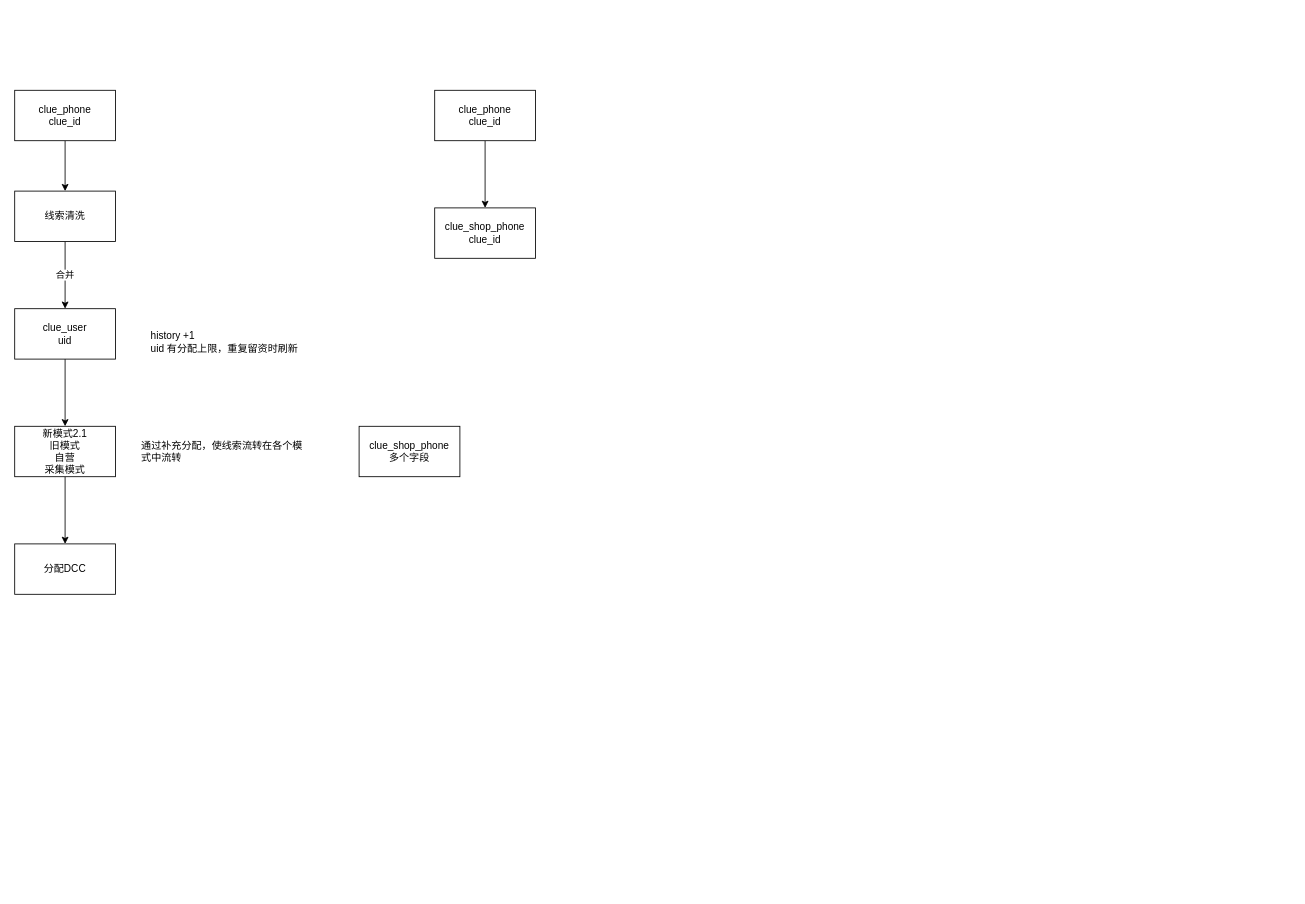
This is 线索重构.drawio from Juvic-maker/draw, a draw.io file, before an edit. Source tidied: cells renumbered, new cells numbered last; positions are measured from the earlier drawing's top-left corner, leaving out a move shared by most shapes. Both pictures are drawn from the tidied source at 84%, with x=0, y=0 at pixel (14, 90).
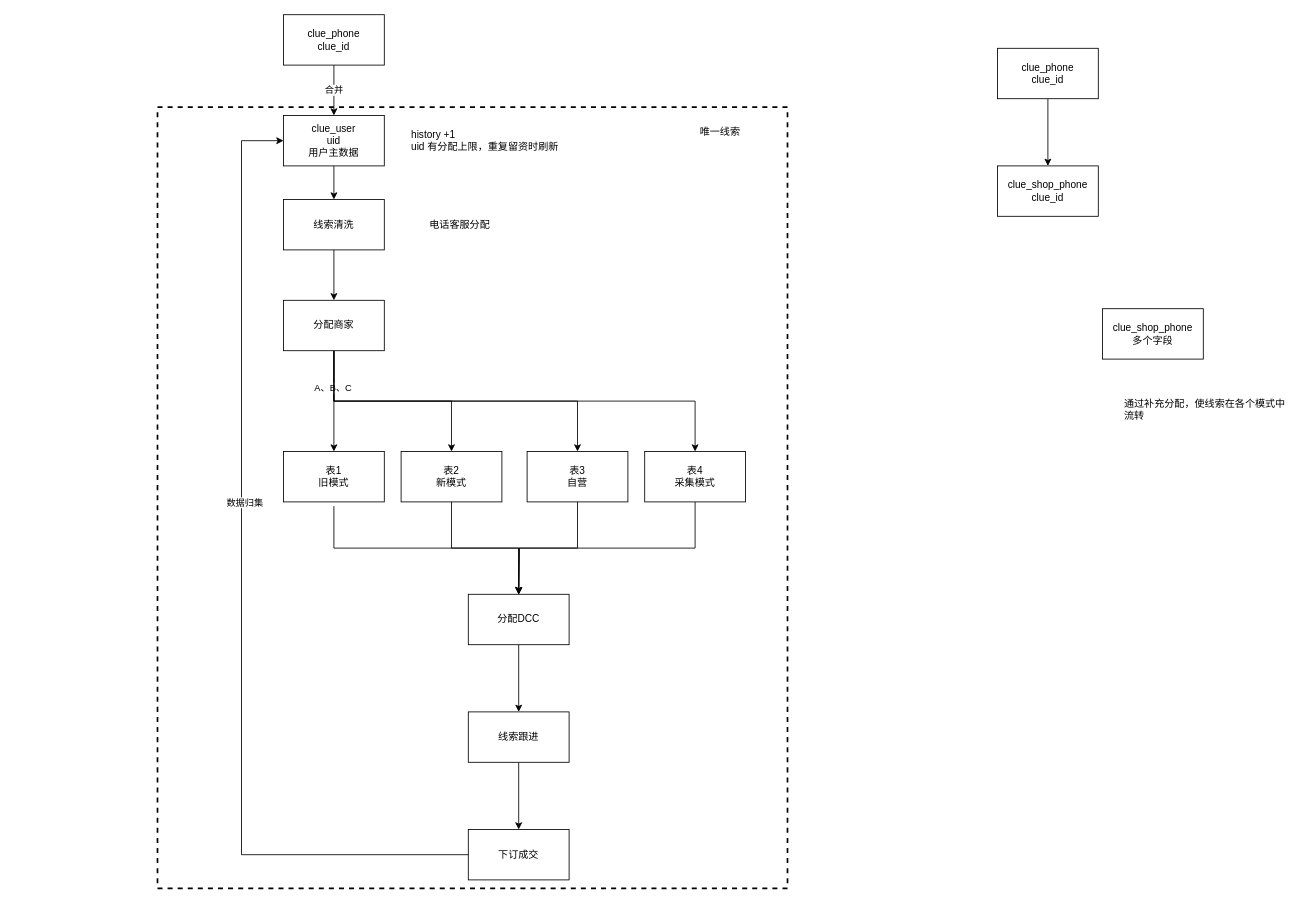
The same diagram, later.

Change to the diagram source:
```diff
@@
-    <mxCell id="2" value="合并" style="edgeStyle=orthogonalEdgeStyle;rounded=0;jettySize=auto;html=1;exitX=0.5;exitY=1;exitDx=0;exitDy=0;" parent="1" edge="1" source="13" target="6">
-      <mxGeometry relative="1" as="geometry" />
-    </mxCell>
-    <mxCell id="3" style="edgeStyle=orthogonalEdgeStyle;rounded=0;jettySize=auto;html=1;" parent="1" edge="1" source="4" target="13">
+    <mxCell id="3" value="合并" style="edgeStyle=orthogonalEdgeStyle;rounded=0;jettySize=auto;html=1;entryX=0.5;entryY=0;entryDx=0;entryDy=0;" parent="1" edge="1" source="4" target="6">
       <mxGeometry relative="1" as="geometry" />
     </mxCell>
     <mxCell id="4" value="clue_phone&lt;br&gt;clue_id" style="rounded=0;whiteSpace=wrap;html=1;" parent="1" vertex="1">
-      <mxGeometry width="120" height="60" as="geometry" />
+      <mxGeometry x="320" y="-90" width="120" height="60" as="geometry" />
     </mxCell>
-    <mxCell id="5" style="edgeStyle=orthogonalEdgeStyle;rounded=0;jettySize=auto;html=1;" parent="1" edge="1" source="6" target="11">
+    <mxCell id="5" style="edgeStyle=orthogonalEdgeStyle;rounded=0;jettySize=auto;html=1;exitX=0.5;exitY=1;exitDx=0;exitDy=0;" parent="1" edge="1" source="36" target="11">
       <mxGeometry relative="1" as="geometry" />
     </mxCell>
+    <mxCell id="17" value="A、B、C" style="edgeLabel;html=1;align=center;verticalAlign=middle;" parent="5" vertex="1">
+      <mxGeometry x="-0.26" y="-2" relative="1" as="geometry" />
+    </mxCell>
+    <mxCell id="18" style="edgeStyle=orthogonalEdgeStyle;rounded=0;jettySize=auto;html=1;exitX=0.5;exitY=1;exitDx=0;exitDy=0;entryX=0.5;entryY=0;entryDx=0;entryDy=0;" parent="1" edge="1" source="6" target="13">
+      <mxGeometry relative="1" as="geometry" />
+    </mxCell>
-    <mxCell id="6" value="clue_user&lt;br&gt;uid" style="rounded=0;whiteSpace=wrap;html=1;" parent="1" vertex="1">
-      <mxGeometry y="260" width="120" height="60" as="geometry" />
+    <mxCell id="6" value="clue_user&lt;br&gt;uid&lt;br&gt;用户主数据" style="rounded=0;whiteSpace=wrap;html=1;" parent="1" vertex="1">
+      <mxGeometry x="320" y="30" width="120" height="60" as="geometry" />
     </mxCell>
@@
     <mxCell id="8" value="clue_phone&lt;br&gt;clue_id" style="rounded=0;whiteSpace=wrap;html=1;" parent="1" vertex="1">
-      <mxGeometry x="500" width="120" height="60" as="geometry" />
+      <mxGeometry x="1170" y="-50" width="120" height="60" as="geometry" />
     </mxCell>
     <mxCell id="9" value="clue_shop_phone&lt;br&gt;clue_id" style="rounded=0;whiteSpace=wrap;html=1;" parent="1" vertex="1">
-      <mxGeometry x="500" y="140" width="120" height="60" as="geometry" />
+      <mxGeometry x="1170" y="90" width="120" height="60" as="geometry" />
     </mxCell>
-    <mxCell id="10" style="edgeStyle=orthogonalEdgeStyle;rounded=0;jettySize=auto;html=1;" parent="1" edge="1" source="11" target="15">
-      <mxGeometry relative="1" as="geometry" />
+    <mxCell id="10" style="edgeStyle=orthogonalEdgeStyle;rounded=0;jettySize=auto;html=1;entryX=0.5;entryY=0;entryDx=0;entryDy=0;" parent="1" edge="1" target="15">
+      <mxGeometry relative="1" as="geometry">
+        <mxPoint x="380" y="495" as="sourcePoint" />
+        <Array as="points">
+          <mxPoint x="380" y="545" />
+          <mxPoint x="600" y="545" />
+        </Array>
+      </mxGeometry>
     </mxCell>
-    <mxCell id="11" value="新模式2.1&lt;br&gt;旧模式&lt;br&gt;自营&lt;br&gt;采集模式" style="rounded=0;whiteSpace=wrap;html=1;" parent="1" vertex="1">
-      <mxGeometry y="400" width="120" height="60" as="geometry" />
+    <mxCell id="11" value="表1&lt;br&gt;旧模式" style="rounded=0;whiteSpace=wrap;html=1;" parent="1" vertex="1">
+      <mxGeometry x="320" y="430" width="120" height="60" as="geometry" />
     </mxCell>
     <mxCell id="12" value="&lt;div style=&quot;text-align: left&quot;&gt;&lt;span&gt;history +1&lt;/span&gt;&lt;/div&gt;&lt;div style=&quot;text-align: left&quot;&gt;&lt;span&gt;uid 有分配上限，重复留资时刷新&lt;/span&gt;&lt;/div&gt;" style="text;html=1;strokeColor=none;fillColor=none;align=center;verticalAlign=middle;whiteSpace=wrap;rounded=0;" parent="1" vertex="1">
-      <mxGeometry x="150" y="280" width="200" height="40" as="geometry" />
+      <mxGeometry x="460" y="40" width="200" height="40" as="geometry" />
     </mxCell>
-    <mxCell id="13" value="线索清洗" style="whiteSpace=wrap;html=1;rounded=0;" parent="1" vertex="1">
-      <mxGeometry y="120" width="120" height="60" as="geometry" />
-    </mxCell>
-    <mxCell id="14" value="&lt;div style=&quot;text-align: left&quot;&gt;通过补充分配，使线索流转在各个模式中流转&lt;/div&gt;" style="text;html=1;strokeColor=none;fillColor=none;align=center;verticalAlign=middle;whiteSpace=wrap;rounded=0;" parent="1" vertex="1">
-      <mxGeometry x="150" y="410" width="200" height="40" as="geometry" />
+    <mxCell id="14" value="&lt;div style=&quot;text-align: left&quot;&gt;通过补充分配，使线索在各个模式中流转&lt;/div&gt;" style="text;html=1;strokeColor=none;fillColor=none;align=center;verticalAlign=middle;whiteSpace=wrap;rounded=0;" parent="1" vertex="1">
+      <mxGeometry x="1320" y="360" width="200" height="40" as="geometry" />
     </mxCell>
+    <mxCell id="19" style="edgeStyle=orthogonalEdgeStyle;rounded=0;jettySize=auto;html=1;" parent="1" edge="1" source="15" target="32">
+      <mxGeometry relative="1" as="geometry" />
+    </mxCell>
     <mxCell id="15" value="分配DCC" style="rounded=0;whiteSpace=wrap;html=1;" parent="1" vertex="1">
-      <mxGeometry y="540" width="120" height="60" as="geometry" />
+      <mxGeometry x="540" y="600" width="120" height="60" as="geometry" />
     </mxCell>
     <mxCell id="16" value="clue_shop_phone&lt;br&gt;多个字段" style="rounded=0;whiteSpace=wrap;html=1;" parent="1" vertex="1">
-      <mxGeometry x="410" y="400" width="120" height="60" as="geometry" />
+      <mxGeometry x="1295" y="260" width="120" height="60" as="geometry" />
     </mxCell>
+    <mxCell id="20" value="电话客服分配" style="text;html=1;strokeColor=none;fillColor=none;align=center;verticalAlign=middle;whiteSpace=wrap;rounded=0;" parent="1" vertex="1">
+      <mxGeometry x="480" y="150" width="100" height="20" as="geometry" />
+    </mxCell>
+    <mxCell id="21" style="edgeStyle=orthogonalEdgeStyle;rounded=0;jettySize=auto;html=1;exitX=0.5;exitY=1;exitDx=0;exitDy=0;" parent="1" edge="1" source="36" target="26">
+      <mxGeometry relative="1" as="geometry" />
+    </mxCell>
+    <mxCell id="22" style="edgeStyle=orthogonalEdgeStyle;rounded=0;jettySize=auto;html=1;exitX=0.5;exitY=1;exitDx=0;exitDy=0;entryX=0.5;entryY=0;entryDx=0;entryDy=0;" parent="1" edge="1" source="36" target="28">
+      <mxGeometry relative="1" as="geometry" />
+    </mxCell>
+    <mxCell id="23" style="edgeStyle=orthogonalEdgeStyle;rounded=0;jettySize=auto;html=1;exitX=0.5;exitY=1;exitDx=0;exitDy=0;entryX=0.5;entryY=0;entryDx=0;entryDy=0;" parent="1" edge="1" source="36" target="30">
+      <mxGeometry relative="1" as="geometry" />
+    </mxCell>
+    <mxCell id="24" style="edgeStyle=orthogonalEdgeStyle;rounded=0;jettySize=auto;html=1;" parent="1" edge="1" source="13" target="36">
+      <mxGeometry relative="1" as="geometry" />
+    </mxCell>
+    <mxCell id="13" value="线索清洗" style="rounded=0;whiteSpace=wrap;html=1;" parent="1" vertex="1">
+      <mxGeometry x="320" y="130" width="120" height="60" as="geometry" />
+    </mxCell>
+    <mxCell id="25" style="edgeStyle=orthogonalEdgeStyle;rounded=0;jettySize=auto;html=1;exitX=0.5;exitY=1;exitDx=0;exitDy=0;" parent="1" edge="1" source="26">
+      <mxGeometry relative="1" as="geometry">
+        <mxPoint x="600" y="600" as="targetPoint" />
+      </mxGeometry>
+    </mxCell>
+    <mxCell id="26" value="表2&lt;br&gt;新模式" style="rounded=0;whiteSpace=wrap;html=1;" parent="1" vertex="1">
+      <mxGeometry x="460" y="430" width="120" height="60" as="geometry" />
+    </mxCell>
+    <mxCell id="27" style="edgeStyle=orthogonalEdgeStyle;rounded=0;jettySize=auto;html=1;exitX=0.5;exitY=1;exitDx=0;exitDy=0;" parent="1" edge="1" source="28">
+      <mxGeometry relative="1" as="geometry">
+        <mxPoint x="600" y="600" as="targetPoint" />
+      </mxGeometry>
+    </mxCell>
+    <mxCell id="28" value="表3&lt;br&gt;自营" style="rounded=0;whiteSpace=wrap;html=1;" parent="1" vertex="1">
+      <mxGeometry x="610" y="430" width="120" height="60" as="geometry" />
+    </mxCell>
+    <mxCell id="29" style="edgeStyle=orthogonalEdgeStyle;rounded=0;jettySize=auto;html=1;exitX=0.5;exitY=1;exitDx=0;exitDy=0;" parent="1" edge="1" source="30">
+      <mxGeometry relative="1" as="geometry">
+        <mxPoint x="600" y="600" as="targetPoint" />
+      </mxGeometry>
+    </mxCell>
+    <mxCell id="30" value="表4&lt;br&gt;采集模式" style="rounded=0;whiteSpace=wrap;html=1;" parent="1" vertex="1">
+      <mxGeometry x="750" y="430" width="120" height="60" as="geometry" />
+    </mxCell>
+    <mxCell id="31" style="edgeStyle=orthogonalEdgeStyle;rounded=0;jettySize=auto;html=1;" parent="1" edge="1" source="32" target="35">
+      <mxGeometry relative="1" as="geometry" />
+    </mxCell>
+    <mxCell id="32" value="线索跟进" style="rounded=0;whiteSpace=wrap;html=1;" parent="1" vertex="1">
+      <mxGeometry x="540" y="740" width="120" height="60" as="geometry" />
+    </mxCell>
+    <mxCell id="33" style="edgeStyle=orthogonalEdgeStyle;rounded=0;jettySize=auto;html=1;exitX=0;exitY=0.5;exitDx=0;exitDy=0;entryX=0;entryY=0.5;entryDx=0;entryDy=0;" parent="1" edge="1" source="35" target="6">
+      <mxGeometry relative="1" as="geometry">
+        <Array as="points">
+          <mxPoint x="270" y="910" />
+          <mxPoint x="270" y="60" />
+        </Array>
+      </mxGeometry>
+    </mxCell>
+    <mxCell id="34" value="数据归集" style="edgeLabel;html=1;align=center;verticalAlign=middle;" parent="33" vertex="1">
+      <mxGeometry x="0.18" y="-3" relative="1" as="geometry" />
+    </mxCell>
+    <mxCell id="35" value="下订成交" style="whiteSpace=wrap;html=1;rounded=0;" parent="1" vertex="1">
+      <mxGeometry x="540" y="880" width="120" height="60" as="geometry" />
+    </mxCell>
+    <mxCell id="36" value="分配商家" style="rounded=0;whiteSpace=wrap;html=1;" parent="1" vertex="1">
+      <mxGeometry x="320" y="250" width="120" height="60" as="geometry" />
+    </mxCell>
+    <mxCell id="37" style="rounded=0;whiteSpace=wrap;html=1;dashed=1;strokeWidth=2;fillColor=none;" parent="1" vertex="1">
+      <mxGeometry x="170" y="20" width="750" height="930" as="geometry" />
+    </mxCell>
+    <mxCell id="38" value="唯一线索" style="text;html=1;strokeColor=none;fillColor=none;align=center;verticalAlign=middle;whiteSpace=wrap;rounded=0;dashed=1;" parent="1" vertex="1">
+      <mxGeometry x="800" y="40" width="80" height="20" as="geometry" />
+    </mxCell>
```
